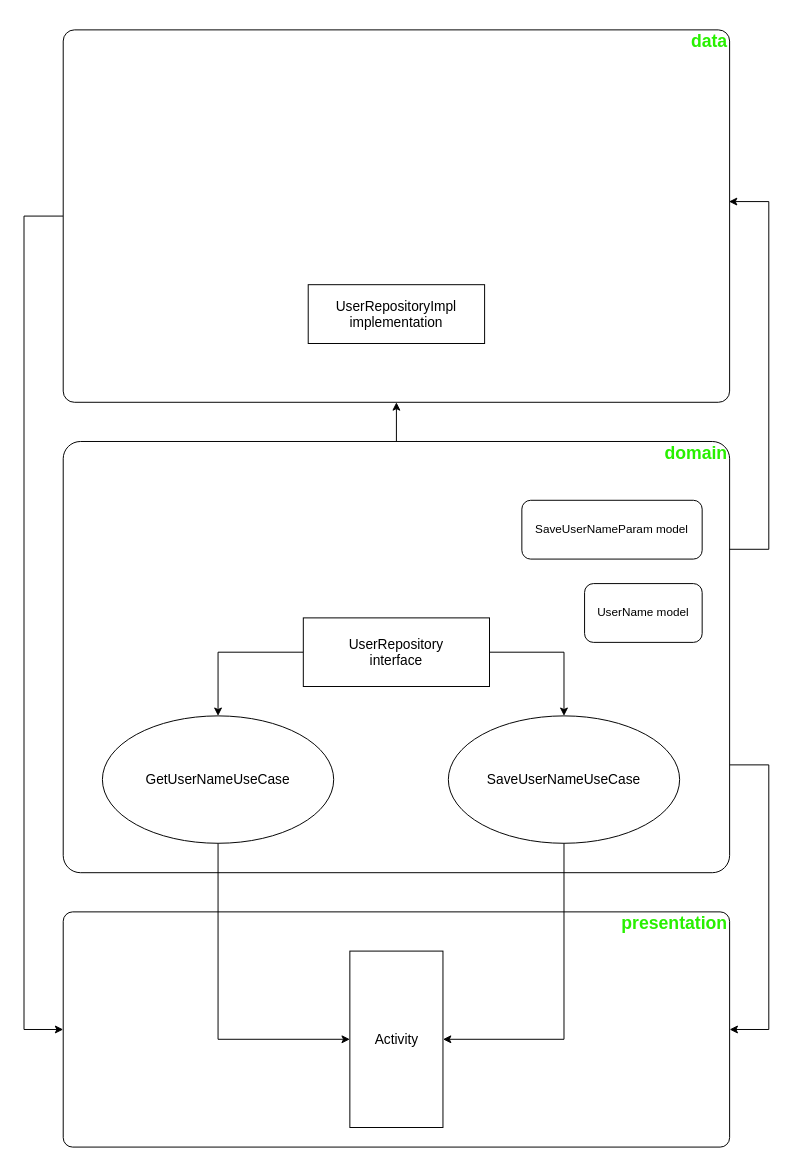
Earlier version of the draw.io diagram CleanArchitectureExample.drawio (SobeninAlex/CleanArchitectureExample). Source tidied: cells renumbered, new cells numbered last; positions are measured from the earlier drawing's top-left corner, leaving out a move shared by most shapes. Both pictures are drawn from the tidied source at 98%, with x=0, y=0 at pixel (24, 29).
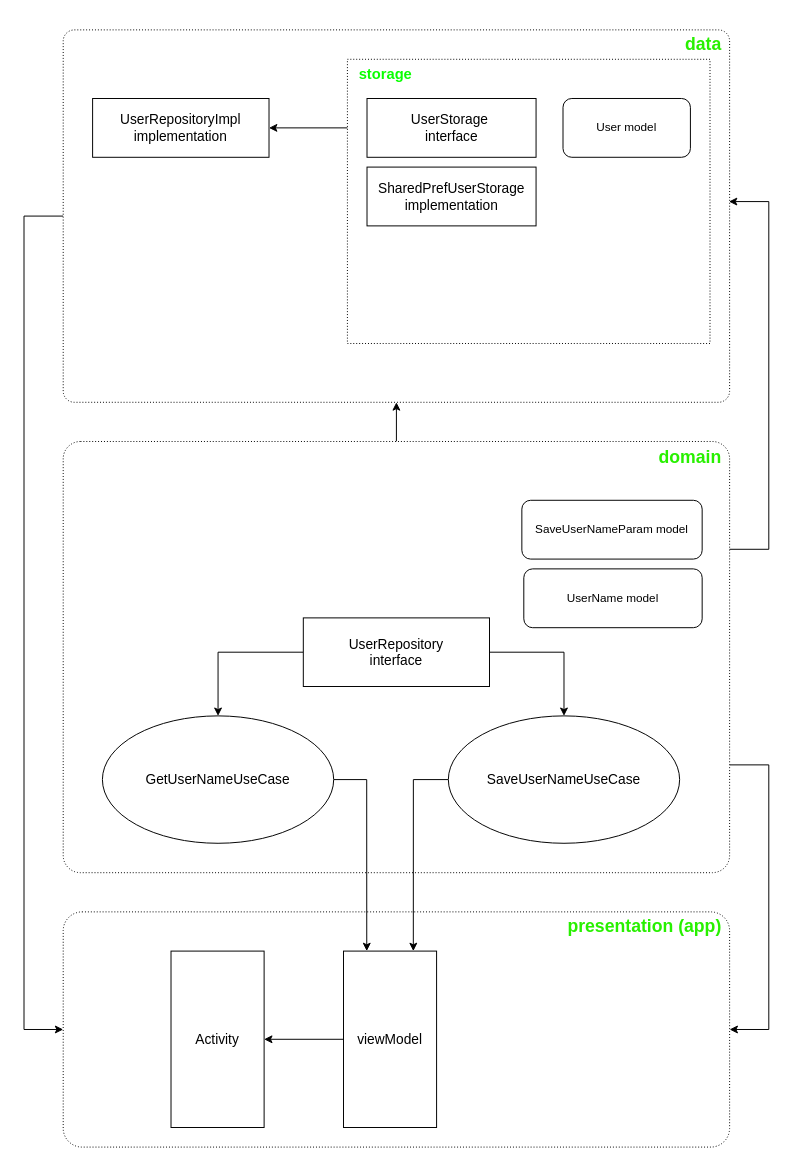
The same page after the edit.

Unchanged cells that the change refers to:
```xml
<mxCell id="8" value="SaveUserNameUseCase" style="ellipse;whiteSpace=wrap;html=1;fontSize=14;" parent="1" vertex="1">
  <mxGeometry x="433" y="700" width="236" height="130" as="geometry" />
</mxCell>
<mxCell id="10" value="GetUserNameUseCase" style="ellipse;whiteSpace=wrap;html=1;fontSize=14;" parent="1" vertex="1">
  <mxGeometry x="80" y="700" width="236" height="130" as="geometry" />
</mxCell>
```

Diff of the diagram source:
```diff
@@
-    <mxCell id="2" value="&lt;h2&gt;&lt;font color=&quot;#28f000&quot;&gt;presentation&lt;/font&gt;&lt;/h2&gt;" style="rounded=1;whiteSpace=wrap;html=1;align=right;verticalAlign=top;arcSize=4;fontStyle=0;horizontal=1;spacingTop=-20;" parent="1" vertex="1">
+    <mxCell id="2" value="&lt;h2&gt;&lt;font color=&quot;#28f000&quot;&gt;presentation (app)&lt;/font&gt;&lt;/h2&gt;" style="rounded=1;whiteSpace=wrap;html=1;align=right;verticalAlign=top;arcSize=8;fontStyle=0;horizontal=1;spacingTop=-17;dashed=1;dashPattern=1 2;spacingRight=6;" parent="1" vertex="1">
       <mxGeometry x="40" y="900" width="680" height="240" as="geometry" />
     </mxCell>
@@
-    <mxCell id="5" value="&lt;h2&gt;&lt;font color=&quot;#28f000&quot;&gt;domain&lt;/font&gt;&lt;/h2&gt;" style="rounded=1;whiteSpace=wrap;html=1;align=right;verticalAlign=top;horizontal=1;arcSize=4;spacingTop=-20;" parent="1" vertex="1">
+    <mxCell id="5" value="&lt;h2&gt;&lt;font color=&quot;#28f000&quot;&gt;domain&lt;/font&gt;&lt;/h2&gt;" style="rounded=1;whiteSpace=wrap;html=1;align=right;verticalAlign=top;horizontal=1;arcSize=4;spacingTop=-16;dashed=1;dashPattern=1 2;spacingRight=6;" parent="1" vertex="1">
       <mxGeometry x="40" y="420" width="680" height="440" as="geometry" />
     </mxCell>
     <mxCell id="6" value="Activity" style="rounded=0;whiteSpace=wrap;html=1;fontSize=14;" parent="1" vertex="1">
-      <mxGeometry x="332.5" y="940" width="95" height="180" as="geometry" />
+      <mxGeometry x="150" y="940" width="95" height="180" as="geometry" />
     </mxCell>
-    <mxCell id="7" style="edgeStyle=orthogonalEdgeStyle;rounded=0;jettySize=auto;html=1;exitX=0.5;exitY=1;exitDx=0;exitDy=0;entryX=1;entryY=0.5;entryDx=0;entryDy=0;" parent="1" edge="1" source="8" target="6">
-      <mxGeometry relative="1" as="geometry" />
-    </mxCell>
+    <mxCell id="20" style="edgeStyle=orthogonalEdgeStyle;rounded=0;jettySize=auto;html=1;exitX=0;exitY=0.5;exitDx=0;exitDy=0;entryX=0.75;entryY=0;entryDx=0;entryDy=0;" parent="1" edge="1" source="8" target="28">
+      <mxGeometry relative="1" as="geometry" />
+    </mxCell>
@@
-    <mxCell id="9" style="edgeStyle=orthogonalEdgeStyle;rounded=0;jettySize=auto;html=1;exitX=0.5;exitY=1;exitDx=0;exitDy=0;entryX=0;entryY=0.5;entryDx=0;entryDy=0;" parent="1" edge="1" source="10" target="6">
-      <mxGeometry relative="1" as="geometry" />
-    </mxCell>
+    <mxCell id="21" style="edgeStyle=orthogonalEdgeStyle;rounded=0;jettySize=auto;html=1;exitX=1;exitY=0.5;exitDx=0;exitDy=0;entryX=0.25;entryY=0;entryDx=0;entryDy=0;" parent="1" edge="1" source="10" target="28">
+      <mxGeometry relative="1" as="geometry" />
+    </mxCell>
@@
-    <mxCell id="12" value="&lt;h2&gt;&lt;font color=&quot;#28f000&quot;&gt;data&lt;/font&gt;&lt;/h2&gt;" style="rounded=1;whiteSpace=wrap;html=1;align=right;verticalAlign=top;horizontal=1;arcSize=3;spacingTop=-20;" parent="1" vertex="1">
+    <mxCell id="12" value="&lt;h2&gt;&lt;font color=&quot;#28f000&quot;&gt;data&lt;/font&gt;&lt;/h2&gt;" style="rounded=1;whiteSpace=wrap;html=1;align=right;verticalAlign=top;horizontal=1;arcSize=3;spacingTop=-17;dashed=1;dashPattern=1 2;spacingRight=6;" parent="1" vertex="1">
       <mxGeometry x="40" width="680" height="380" as="geometry" />
     </mxCell>
     <mxCell id="13" value="UserRepositoryImpl&lt;br style=&quot;font-size: 14px;&quot;&gt;implementation" style="rounded=0;whiteSpace=wrap;html=1;fontSize=14;" parent="1" vertex="1">
-      <mxGeometry x="290" y="260" width="180" height="60" as="geometry" />
+      <mxGeometry x="70" y="70" width="180" height="60" as="geometry" />
     </mxCell>
     <mxCell id="14" value="UserName model" style="rounded=1;whiteSpace=wrap;html=1;" parent="1" vertex="1">
-      <mxGeometry x="572" y="565" width="120" height="60" as="geometry" />
+      <mxGeometry x="510" y="550" width="182" height="60" as="geometry" />
     </mxCell>
@@
+    <mxCell id="22" style="edgeStyle=orthogonalEdgeStyle;rounded=0;jettySize=auto;html=1;exitX=0;exitY=0.5;exitDx=0;exitDy=0;" parent="1" edge="1" source="24" target="13">
+      <mxGeometry relative="1" as="geometry" />
+    </mxCell>
+    <mxCell id="23" value="storage" style="rounded=1;whiteSpace=wrap;html=1;align=left;fontSize=15;verticalAlign=top;arcSize=0;spacingTop=0;fontColor=#09FF00;fontStyle=1;dashed=1;dashPattern=1 2;spacingLeft=10;" parent="1" vertex="1">
+      <mxGeometry x="330" y="30" width="370" height="290" as="geometry" />
+    </mxCell>
+    <mxCell id="24" value="UserStorage&amp;nbsp;&lt;br&gt;interface" style="rounded=0;whiteSpace=wrap;html=1;fontSize=14;" parent="1" vertex="1">
+      <mxGeometry x="350" y="70" width="172.5" height="60" as="geometry" />
+    </mxCell>
+    <mxCell id="25" value="SharedPrefUserStorage&lt;br style=&quot;font-size: 14px;&quot;&gt;implementation" style="rounded=0;whiteSpace=wrap;html=1;fontSize=14;" parent="1" vertex="1">
+      <mxGeometry x="350" y="140" width="172.5" height="60" as="geometry" />
+    </mxCell>
+    <mxCell id="26" value="User model" style="rounded=1;whiteSpace=wrap;html=1;" parent="1" vertex="1">
+      <mxGeometry x="550" y="70" width="130" height="60" as="geometry" />
+    </mxCell>
+    <mxCell id="27" style="edgeStyle=orthogonalEdgeStyle;rounded=0;jettySize=auto;html=1;exitX=0;exitY=0.5;exitDx=0;exitDy=0;entryX=1;entryY=0.5;entryDx=0;entryDy=0;" parent="1" edge="1" source="28" target="6">
+      <mxGeometry relative="1" as="geometry" />
+    </mxCell>
+    <mxCell id="28" value="viewModel" style="rounded=0;whiteSpace=wrap;html=1;fontSize=14;" parent="1" vertex="1">
+      <mxGeometry x="326" y="940" width="95" height="180" as="geometry" />
+    </mxCell>
```
